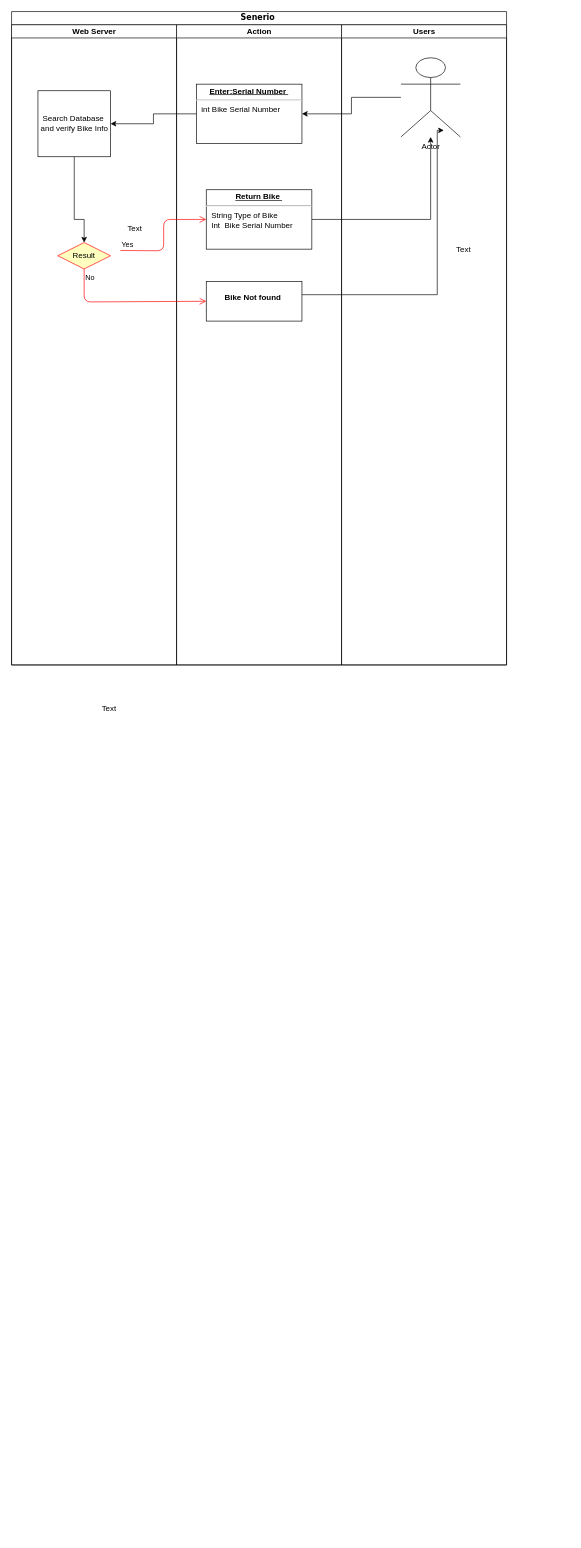
The draw.io diagram ITIS4155_UML.drawio in kodeschreiber/ITIS4155, before the edit. Source tidied: cells renumbered, new cells numbered last; positions are measured from the earlier drawing's top-left corner, leaving out a move shared by most shapes. Both pictures are drawn from the tidied source at 66%, with x=0, y=0 at pixel (11, 11).
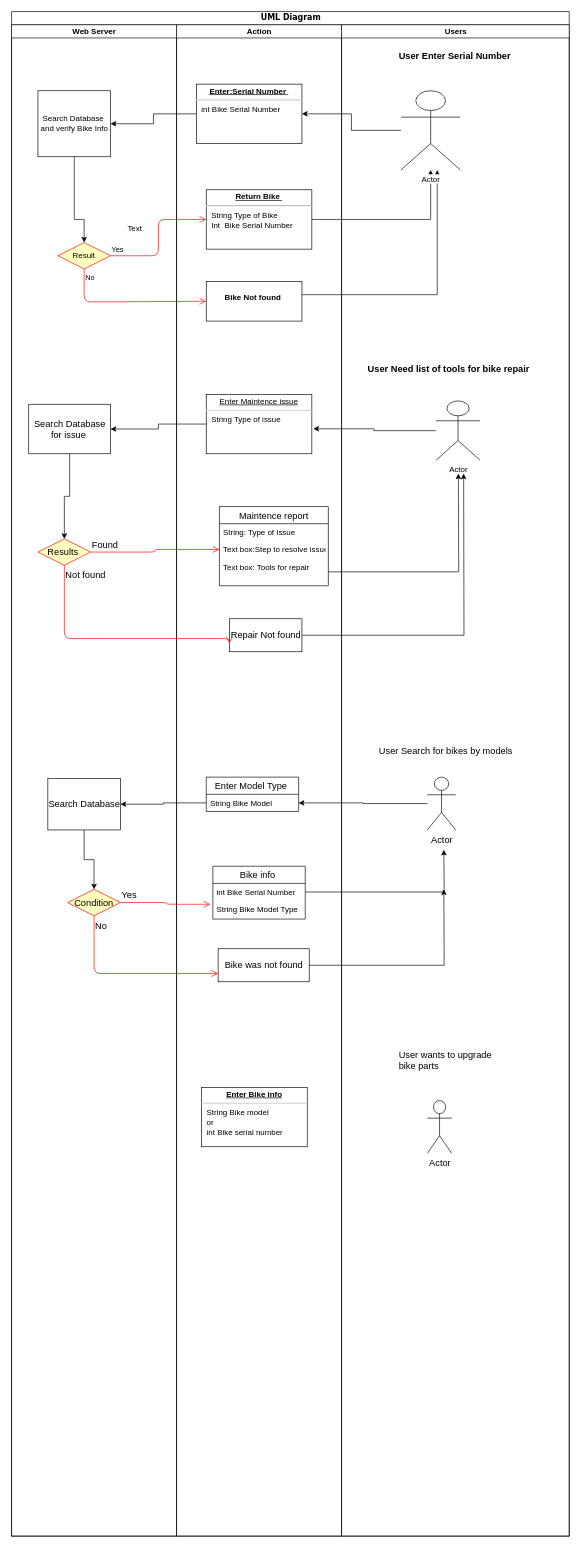
The same page after the edit.

Unchanged cells that the change refers to:
```xml
<mxCell id="4" value="Search Database&amp;nbsp;&lt;br&gt;and verify Bike Info&lt;br&gt;" style="html=1;" parent="3" vertex="1">
  <mxGeometry x="40" y="100" width="110" height="100" as="geometry" />
</mxCell>
<mxCell id="5" value="Result" style="rhombus;whiteSpace=wrap;html=1;fillColor=#ffffc0;strokeColor=#ff0000;" parent="3" vertex="1">
  <mxGeometry x="70" y="330" width="80" height="40" as="geometry" />
</mxCell>
<mxCell id="8" value="&lt;p style=&quot;margin: 0px ; margin-top: 4px ; text-align: center ; text-decoration: underline&quot;&gt;&lt;b&gt;Enter:Serial Number&amp;nbsp;&lt;/b&gt;&lt;/p&gt;&lt;hr&gt;&lt;p style=&quot;margin: 0px ; margin-left: 8px&quot;&gt;&lt;span&gt;int Bike Serial Number&lt;/span&gt;&lt;br&gt;&lt;/p&gt;" style="verticalAlign=top;align=left;overflow=fill;fontSize=12;fontFamily=Helvetica;html=1;" parent="7" vertex="1">
  <mxGeometry x="30" y="90" width="160" height="90" as="geometry" />
</mxCell>
<mxCell id="9" value="&lt;p style=&quot;margin: 0px ; margin-top: 4px ; text-align: center ; text-decoration: underline&quot;&gt;&lt;b&gt;Return Bike&amp;nbsp;&lt;/b&gt;&lt;/p&gt;&lt;hr&gt;&lt;p style=&quot;margin: 0px ; margin-left: 8px&quot;&gt;String Type of Bike&amp;nbsp;&lt;br&gt;Int&amp;nbsp; Bike Serial Number&amp;nbsp;&amp;nbsp;&lt;br&gt;&lt;br&gt;&lt;/p&gt;" style="verticalAlign=top;align=left;overflow=fill;fontSize=12;fontFamily=Helvetica;html=1;" parent="7" vertex="1">
  <mxGeometry x="45" y="250" width="160" height="90" as="geometry" />
</mxCell>
<mxCell id="10" value="&lt;p style=&quot;margin: 0px ; margin-top: 4px ; text-align: center&quot;&gt;&lt;br&gt;&lt;b&gt;Bike Not found&amp;nbsp;&lt;/b&gt;&lt;/p&gt;" style="verticalAlign=top;align=left;overflow=fill;fontSize=12;fontFamily=Helvetica;html=1;" parent="7" vertex="1">
  <mxGeometry x="45" y="389" width="145" height="60" as="geometry" />
</mxCell>
```

What changed in the source:
```diff
@@
-    <mxCell id="2" value="Senerio&amp;nbsp;" style="swimlane;html=1;startSize=20;rounded=0;shadow=0;comic=0;labelBackgroundColor=none;strokeColor=#000000;strokeWidth=1;fillColor=#ffffff;fontFamily=Verdana;fontSize=12;fontColor=#000000;align=center;" parent="1" vertex="1">
-      <mxGeometry width="750" height="990" as="geometry" />
+    <mxCell id="2" value="UML Diagram" style="swimlane;html=1;startSize=20;rounded=0;shadow=0;comic=0;labelBackgroundColor=none;strokeColor=#000000;strokeWidth=1;fillColor=#ffffff;fontFamily=Verdana;fontSize=12;fontColor=#000000;align=center;" parent="1" vertex="1">
+      <mxGeometry width="845" height="2310" as="geometry" />
     </mxCell>
+    <mxCell id="13" style="edgeStyle=orthogonalEdgeStyle;rounded=0;jettySize=auto;html=1;entryX=1;entryY=0.5;entryDx=0;entryDy=0;" parent="2" edge="1" source="12" target="8">
+      <mxGeometry relative="1" as="geometry" />
+    </mxCell>
+    <mxCell id="14" style="edgeStyle=orthogonalEdgeStyle;rounded=0;jettySize=auto;html=1;entryX=1;entryY=0.5;entryDx=0;entryDy=0;" parent="2" edge="1" source="8" target="4">
+      <mxGeometry relative="1" as="geometry" />
+    </mxCell>
+    <mxCell id="15" style="edgeStyle=orthogonalEdgeStyle;rounded=0;jettySize=auto;html=1;" parent="2" edge="1" source="9" target="12">
+      <mxGeometry relative="1" as="geometry" />
+    </mxCell>
+    <mxCell id="16" value="No" style="edgeStyle=orthogonalEdgeStyle;html=1;align=left;verticalAlign=top;endArrow=open;endSize=8;strokeColor=#ff0000;entryX=0;entryY=0.5;entryDx=0;entryDy=0;" parent="2" edge="1" source="5" target="10">
+      <mxGeometry x="-1" relative="1" as="geometry">
+        <Array as="points">
+          <mxPoint x="110" y="440" />
+        </Array>
+      </mxGeometry>
+    </mxCell>
+    <mxCell id="19" style="edgeStyle=orthogonalEdgeStyle;rounded=0;jettySize=auto;html=1;" parent="2" edge="1" source="10">
+      <mxGeometry relative="1" as="geometry">
+        <mxPoint x="645" y="240" as="targetPoint" />
+        <Array as="points">
+          <mxPoint x="645" y="429" />
+        </Array>
+      </mxGeometry>
+    </mxCell>
     <mxCell id="3" value="Web Server" style="swimlane;html=1;startSize=20;" parent="2" vertex="1">
-      <mxGeometry y="20" width="250" height="970" as="geometry" />
+      <mxGeometry y="20" width="250" height="2290" as="geometry" />
     </mxCell>
@@
+    <mxCell id="22" style="edgeStyle=orthogonalEdgeStyle;rounded=0;jettySize=auto;html=1;entryX=0.5;entryY=0;entryDx=0;entryDy=0;fontSize=14;" parent="3" edge="1" source="23" target="24">
+      <mxGeometry relative="1" as="geometry" />
+    </mxCell>
+    <mxCell id="23" value="Search Database&lt;br&gt;for issue&amp;nbsp;&lt;br&gt;" style="html=1;fontSize=14;" parent="3" vertex="1">
+      <mxGeometry x="26" y="575" width="124" height="75" as="geometry" />
+    </mxCell>
+    <mxCell id="24" value="Results&amp;nbsp;" style="rhombus;whiteSpace=wrap;html=1;fillColor=#ffffc0;strokeColor=#ff0000;fontSize=14;" parent="3" vertex="1">
+      <mxGeometry x="40" y="779" width="80" height="40" as="geometry" />
+    </mxCell>
+    <mxCell id="25" style="edgeStyle=orthogonalEdgeStyle;rounded=0;jettySize=auto;html=1;entryX=0.5;entryY=0;entryDx=0;entryDy=0;fontSize=14;" parent="3" edge="1" source="26" target="27">
+      <mxGeometry relative="1" as="geometry" />
+    </mxCell>
+    <mxCell id="26" value="Search Database" style="html=1;fontSize=14;" parent="3" vertex="1">
+      <mxGeometry x="55" y="1142" width="110" height="78" as="geometry" />
+    </mxCell>
+    <mxCell id="27" value="Condition" style="rhombus;whiteSpace=wrap;html=1;fillColor=#ffffc0;strokeColor=#ff0000;fontSize=14;" parent="3" vertex="1">
+      <mxGeometry x="85" y="1310" width="80" height="40" as="geometry" />
+    </mxCell>
+    <mxCell id="18" value="Yes" style="edgeStyle=orthogonalEdgeStyle;html=1;align=left;verticalAlign=bottom;endArrow=open;endSize=8;strokeColor=#ff0000;entryX=0;entryY=0.5;entryDx=0;entryDy=0;exitX=1;exitY=0.5;exitDx=0;exitDy=0;" parent="2" edge="1" source="5" target="9">
+      <mxGeometry x="-1" relative="1" as="geometry" />
+    </mxCell>
+    <mxCell id="28" style="edgeStyle=orthogonalEdgeStyle;rounded=0;jettySize=auto;html=1;entryX=1.014;entryY=0.58;entryDx=0;entryDy=0;entryPerimeter=0;fontSize=14;" parent="2" edge="1" source="46" target="32">
+      <mxGeometry relative="1" as="geometry" />
+    </mxCell>
+    <mxCell id="29" style="edgeStyle=orthogonalEdgeStyle;rounded=0;jettySize=auto;html=1;entryX=1;entryY=0.5;entryDx=0;entryDy=0;fontSize=14;" parent="2" edge="1" source="32" target="23">
+      <mxGeometry relative="1" as="geometry" />
+    </mxCell>
+    <mxCell id="30" value="Found&amp;nbsp;" style="edgeStyle=orthogonalEdgeStyle;html=1;align=left;verticalAlign=bottom;endArrow=open;endSize=8;strokeColor=#ff0000;fontSize=14;entryX=0;entryY=0.5;entryDx=0;entryDy=0;" parent="2" edge="1" source="24" target="35">
+      <mxGeometry x="-1" relative="1" as="geometry" />
+    </mxCell>
+    <mxCell id="31" style="edgeStyle=orthogonalEdgeStyle;rounded=0;jettySize=auto;html=1;fontSize=14;exitX=1;exitY=0.5;exitDx=0;exitDy=0;" parent="2" edge="1" source="36">
+      <mxGeometry relative="1" as="geometry">
+        <mxPoint x="677" y="700" as="targetPoint" />
+      </mxGeometry>
+    </mxCell>
     <mxCell id="7" value="Action" style="swimlane;html=1;startSize=20;" parent="2" vertex="1">
-      <mxGeometry x="250" y="20" width="250" height="970" as="geometry" />
+      <mxGeometry x="250" y="20" width="250" height="2290" as="geometry" />
     </mxCell>
@@
+    <mxCell id="32" value="&lt;p style=&quot;margin: 0px ; margin-top: 4px ; text-align: center ; text-decoration: underline&quot;&gt;Enter Maintence issue&lt;/p&gt;&lt;hr&gt;&lt;p style=&quot;margin: 0px ; margin-left: 8px&quot;&gt;String Type of issue&lt;br&gt;&lt;br&gt;&lt;/p&gt;" style="verticalAlign=top;align=left;overflow=fill;fontSize=12;fontFamily=Helvetica;html=1;" parent="7" vertex="1">
+      <mxGeometry x="45" y="560" width="160" height="90" as="geometry" />
+    </mxCell>
+    <mxCell id="33" value="Maintence report" style="swimlane;fontStyle=0;horizontal=1;startSize=26;fillColor=none;fontSize=14;" parent="7" vertex="1">
+      <mxGeometry x="65" y="730" width="165" height="120" as="geometry" />
+    </mxCell>
+    <mxCell id="34" value="String: Type of Issue " style="text;strokeColor=none;fillColor=none;align=left;verticalAlign=top;spacingLeft=4;spacingRight=4;overflow=hidden;" parent="33" vertex="1">
+      <mxGeometry y="26" width="165" height="26" as="geometry" />
+    </mxCell>
+    <mxCell id="35" value="Text box:Step to resolve issue" style="text;strokeColor=none;fillColor=none;align=left;verticalAlign=top;spacingLeft=4;spacingRight=4;overflow=hidden;points=[[0,0.5],[1,0.5]];portConstraint=eastwest;" parent="33" vertex="1">
+      <mxGeometry y="52" width="165" height="26" as="geometry" />
+    </mxCell>
+    <mxCell id="36" value="Text box: Tools for repair" style="text;strokeColor=none;fillColor=none;align=left;verticalAlign=top;spacingLeft=4;spacingRight=4;overflow=hidden;points=[[0,0.5],[1,0.5]];portConstraint=eastwest;" parent="33" vertex="1">
+      <mxGeometry y="78" width="165" height="42" as="geometry" />
+    </mxCell>
+    <mxCell id="37" value="Repair Not found" style="html=1;fontSize=14;" parent="7" vertex="1">
+      <mxGeometry x="80" y="900" width="110" height="50" as="geometry" />
+    </mxCell>
+    <mxCell id="38" value="Enter Model Type " style="swimlane;fontStyle=0;horizontal=1;startSize=26;fillColor=none;fontSize=14;" parent="7" vertex="1">
+      <mxGeometry x="45" y="1140" width="140" height="52" as="geometry" />
+    </mxCell>
+    <mxCell id="39" value="String Bike Model " style="text;strokeColor=none;fillColor=none;align=left;verticalAlign=top;spacingLeft=4;spacingRight=4;overflow=hidden;points=[[0,0.5],[1,0.5]];portConstraint=eastwest;" parent="38" vertex="1">
+      <mxGeometry y="26" width="140" height="26" as="geometry" />
+    </mxCell>
+    <mxCell id="40" value="Bike info " style="swimlane;fontStyle=0;horizontal=1;startSize=26;fillColor=none;fontSize=14;" parent="7" vertex="1">
+      <mxGeometry x="55" y="1275" width="140" height="80" as="geometry" />
+    </mxCell>
+    <mxCell id="41" value="int Bike Serial Number" style="text;strokeColor=none;fillColor=none;align=left;verticalAlign=top;spacingLeft=4;spacingRight=4;overflow=hidden;points=[[0,0.5],[1,0.5]];portConstraint=eastwest;" parent="40" vertex="1">
+      <mxGeometry y="26" width="140" height="26" as="geometry" />
+    </mxCell>
+    <mxCell id="42" value="String Bike Model Type" style="text;strokeColor=none;fillColor=none;align=left;verticalAlign=top;spacingLeft=4;spacingRight=4;overflow=hidden;points=[[0,0.5],[1,0.5]];portConstraint=eastwest;" parent="40" vertex="1">
+      <mxGeometry y="52" width="140" height="28" as="geometry" />
+    </mxCell>
+    <mxCell id="43" value="Bike was not found" style="html=1;fontSize=14;" parent="7" vertex="1">
+      <mxGeometry x="63" y="1400" width="138" height="50" as="geometry" />
+    </mxCell>
+    <mxCell id="44" value="&lt;p style=&quot;margin: 0px ; margin-top: 4px ; text-align: center ; text-decoration: underline&quot;&gt;&lt;b&gt;Enter Bike info&lt;/b&gt;&lt;/p&gt;&lt;hr&gt;&lt;p style=&quot;margin: 0px ; margin-left: 8px&quot;&gt;String Bike model&amp;nbsp;&lt;/p&gt;&lt;p style=&quot;margin: 0px ; margin-left: 8px&quot;&gt;or&lt;br&gt;int Bike serial number&lt;/p&gt;" style="verticalAlign=top;align=left;overflow=fill;fontSize=12;fontFamily=Helvetica;html=1;" parent="7" vertex="1">
+      <mxGeometry x="38" y="1610" width="160" height="90" as="geometry" />
+    </mxCell>
     <mxCell id="11" value="Users" style="swimlane;html=1;startSize=20;" parent="2" vertex="1">
-      <mxGeometry x="500" y="20" width="250" height="970" as="geometry" />
+      <mxGeometry x="500" y="20" width="345" height="2290" as="geometry" />
     </mxCell>
     <mxCell id="12" value="Actor" style="shape=umlActor;verticalLabelPosition=bottom;labelBackgroundColor=#ffffff;verticalAlign=top;html=1;" parent="11" vertex="1">
-      <mxGeometry x="90" y="50" width="90" height="120" as="geometry" />
+      <mxGeometry x="90" y="100" width="90" height="120" as="geometry" />
     </mxCell>
-    <mxCell id="13" style="edgeStyle=orthogonalEdgeStyle;rounded=0;jettySize=auto;html=1;entryX=1;entryY=0.5;entryDx=0;entryDy=0;" parent="2" edge="1" source="12" target="8">
-      <mxGeometry relative="1" as="geometry" />
-    </mxCell>
-    <mxCell id="14" style="edgeStyle=orthogonalEdgeStyle;rounded=0;jettySize=auto;html=1;entryX=1;entryY=0.5;entryDx=0;entryDy=0;" parent="2" edge="1" source="8" target="4">
-      <mxGeometry relative="1" as="geometry" />
-    </mxCell>
-    <mxCell id="15" style="edgeStyle=orthogonalEdgeStyle;rounded=0;jettySize=auto;html=1;" parent="2" edge="1" source="9" target="12">
-      <mxGeometry relative="1" as="geometry" />
-    </mxCell>
-    <mxCell id="16" value="No" style="edgeStyle=orthogonalEdgeStyle;html=1;align=left;verticalAlign=top;endArrow=open;endSize=8;strokeColor=#ff0000;entryX=0;entryY=0.5;entryDx=0;entryDy=0;" parent="2" edge="1" source="5" target="10">
-      <mxGeometry x="-1" relative="1" as="geometry">
-        <Array as="points">
-          <mxPoint x="110" y="440" />
-        </Array>
-      </mxGeometry>
-    </mxCell>
+    <mxCell id="45" value="User Enter Serial Number&amp;nbsp;" style="text;html=1;align=left;verticalAlign=top;spacingTop=-4;fontStyle=1;fontSize=14;" parent="11" vertex="1">
+      <mxGeometry x="85" y="36" width="160" height="20" as="geometry" />
+    </mxCell>
+    <mxCell id="20" value="User Need list of tools for bike repair&amp;nbsp;" style="text;html=1;align=left;verticalAlign=top;spacingTop=-4;fontStyle=1;fontSize=14;" parent="11" vertex="1">
+      <mxGeometry x="38" y="510" width="210" height="20" as="geometry" />
+    </mxCell>
+    <mxCell id="46" value="Actor" style="shape=umlActor;verticalLabelPosition=bottom;labelBackgroundColor=#ffffff;verticalAlign=top;html=1;" parent="11" vertex="1">
+      <mxGeometry x="143" y="570" width="67" height="90" as="geometry" />
+    </mxCell>
+    <mxCell id="47" value="User Search for bikes by models" style="text;html=1;align=left;verticalAlign=top;spacingTop=-4;fontSize=14;" parent="11" vertex="1">
+      <mxGeometry x="55" y="1089" width="220" height="20" as="geometry" />
+    </mxCell>
+    <mxCell id="48" value="Actor" style="shape=umlActor;verticalLabelPosition=bottom;labelBackgroundColor=#ffffff;verticalAlign=top;html=1;fontSize=14;" parent="11" vertex="1">
+      <mxGeometry x="130" y="1140" width="43" height="80" as="geometry" />
+    </mxCell>
+    <mxCell id="49" value="User wants to upgrade&amp;nbsp;&lt;br&gt;bike parts&amp;nbsp;&lt;br&gt;" style="text;html=1;align=left;verticalAlign=top;spacingTop=-4;fontSize=14;" parent="11" vertex="1">
+      <mxGeometry x="85" y="1550" width="160" height="40" as="geometry" />
+    </mxCell>
+    <mxCell id="50" value="Actor" style="shape=umlActor;verticalLabelPosition=bottom;labelBackgroundColor=#ffffff;verticalAlign=top;html=1;fontSize=14;" parent="11" vertex="1">
+      <mxGeometry x="130" y="1630" width="37" height="80" as="geometry" />
+    </mxCell>
+    <mxCell id="51" value="Not found" style="edgeStyle=orthogonalEdgeStyle;html=1;align=left;verticalAlign=top;endArrow=open;endSize=8;strokeColor=#ff0000;fontSize=14;entryX=0;entryY=0.75;entryDx=0;entryDy=0;" parent="2" edge="1" source="24" target="37">
+      <mxGeometry x="-1" relative="1" as="geometry">
+        <Array as="points">
+          <mxPoint x="80" y="950" />
+          <mxPoint x="330" y="950" />
+        </Array>
+      </mxGeometry>
+    </mxCell>
+    <mxCell id="52" value="Yes" style="edgeStyle=orthogonalEdgeStyle;html=1;align=left;verticalAlign=bottom;endArrow=open;endSize=8;strokeColor=#ff0000;fontSize=14;entryX=-0.027;entryY=0.2;entryDx=0;entryDy=0;entryPerimeter=0;" parent="2" edge="1" source="27" target="42">
+      <mxGeometry x="-1" relative="1" as="geometry" />
+    </mxCell>
+    <mxCell id="53" value="No" style="edgeStyle=orthogonalEdgeStyle;html=1;align=left;verticalAlign=top;endArrow=open;endSize=8;strokeColor=#ff0000;fontSize=14;entryX=0;entryY=0.75;entryDx=0;entryDy=0;" parent="2" edge="1" source="27" target="43">
+      <mxGeometry x="-1" relative="1" as="geometry">
+        <Array as="points">
+          <mxPoint x="125" y="1458" />
+        </Array>
+      </mxGeometry>
+    </mxCell>
+    <mxCell id="54" style="edgeStyle=orthogonalEdgeStyle;rounded=0;jettySize=auto;html=1;entryX=1;entryY=0.5;entryDx=0;entryDy=0;fontSize=14;" parent="2" edge="1" source="48" target="39">
+      <mxGeometry relative="1" as="geometry" />
+    </mxCell>
+    <mxCell id="55" style="edgeStyle=orthogonalEdgeStyle;rounded=0;jettySize=auto;html=1;entryX=1;entryY=0.5;entryDx=0;entryDy=0;fontSize=14;" parent="2" edge="1" source="39" target="26">
+      <mxGeometry relative="1" as="geometry" />
+    </mxCell>
@@
-    <mxCell id="18" value="Yes" style="edgeStyle=orthogonalEdgeStyle;html=1;align=left;verticalAlign=bottom;endArrow=open;endSize=8;strokeColor=#ff0000;entryX=0;entryY=0.5;entryDx=0;entryDy=0;" parent="1" edge="1" target="9">
-      <mxGeometry x="-1" relative="1" as="geometry">
-        <mxPoint x="165" y="362" as="sourcePoint" />
-      </mxGeometry>
-    </mxCell>
-    <mxCell id="19" style="edgeStyle=orthogonalEdgeStyle;rounded=0;jettySize=auto;html=1;" parent="1" edge="1" source="10">
-      <mxGeometry relative="1" as="geometry">
-        <mxPoint x="655" y="180" as="targetPoint" />
-        <Array as="points">
-          <mxPoint x="645" y="429" />
-          <mxPoint x="645" y="180" />
-        </Array>
-      </mxGeometry>
-    </mxCell>
-    <mxCell id="20" value="Text" style="text;html=1;align=left;verticalAlign=top;spacingTop=-4;" parent="1" vertex="1">
-      <mxGeometry x="672" y="351" width="40" height="20" as="geometry" />
-    </mxCell>
-    <mxCell id="21" value="Text" style="text;html=1;align=left;verticalAlign=top;spacingTop=-4;" parent="1" vertex="1">
-      <mxGeometry x="135" y="1047" width="40" height="20" as="geometry" />
-    </mxCell>
+    <mxCell id="56" style="edgeStyle=orthogonalEdgeStyle;rounded=0;jettySize=auto;html=1;fontSize=14;" parent="1" edge="1" source="37">
+      <mxGeometry relative="1" as="geometry">
+        <mxPoint x="685" y="700" as="targetPoint" />
+      </mxGeometry>
+    </mxCell>
+    <mxCell id="57" style="edgeStyle=orthogonalEdgeStyle;rounded=0;jettySize=auto;html=1;fontSize=14;" parent="1" edge="1" source="41">
+      <mxGeometry relative="1" as="geometry">
+        <mxPoint x="655" y="1270" as="targetPoint" />
+      </mxGeometry>
+    </mxCell>
+    <mxCell id="58" style="edgeStyle=orthogonalEdgeStyle;rounded=0;jettySize=auto;html=1;fontSize=14;" parent="1" edge="1" source="43">
+      <mxGeometry relative="1" as="geometry">
+        <mxPoint x="655" y="1330" as="targetPoint" />
+      </mxGeometry>
+    </mxCell>
```
